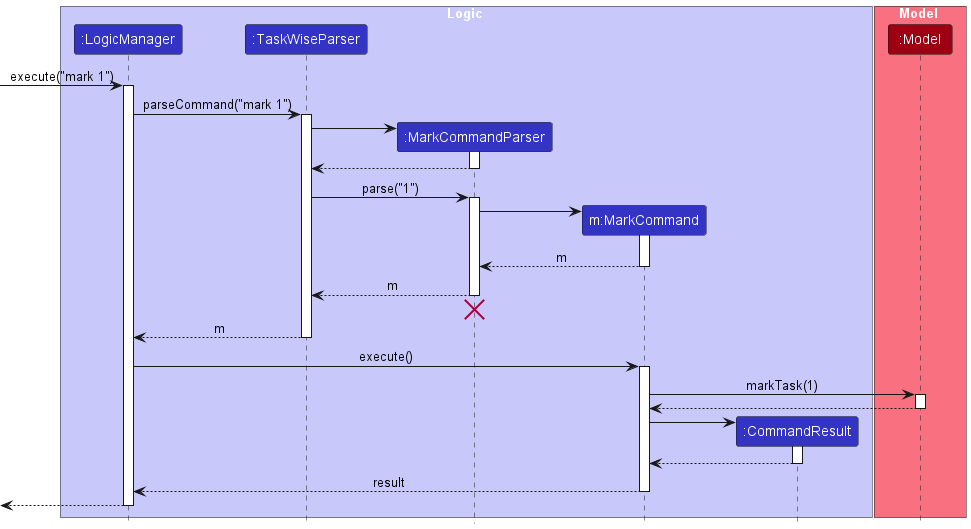
Earlier version of the PlantUML export docs/images/MarkSequenceDiagram.png (seantehds/tp). The source it was exported from:
```plantuml
@startuml
!include style.puml
skinparam ArrowFontStyle plain

box Logic LOGIC_COLOR_T1
participant ":LogicManager" as LogicManager LOGIC_COLOR
participant ":TaskWiseParser" as TaskWiseParser LOGIC_COLOR
participant ":MarkCommandParser" as MarkCommandParser LOGIC_COLOR
participant "m:MarkCommand" as MarkCommand LOGIC_COLOR
participant ":CommandResult" as CommandResult LOGIC_COLOR
end box

box Model MODEL_COLOR_T1
participant ":Model" as Model MODEL_COLOR
end box

[-> LogicManager : execute("mark 1")
activate LogicManager

LogicManager -> TaskWiseParser : parseCommand("mark 1")
activate TaskWiseParser

create MarkCommandParser
TaskWiseParser -> MarkCommandParser
activate MarkCommandParser

MarkCommandParser --> TaskWiseParser
deactivate MarkCommandParser

TaskWiseParser -> MarkCommandParser : parse("1")
activate MarkCommandParser

create MarkCommand
MarkCommandParser -> MarkCommand
activate MarkCommand

MarkCommand --> MarkCommandParser : m
deactivate MarkCommand

MarkCommandParser --> TaskWiseParser : m
deactivate MarkCommandParser
MarkCommandParser -[hidden]-> TaskWiseParser
destroy MarkCommandParser

TaskWiseParser --> LogicManager : m
deactivate TaskWiseParser

LogicManager -> MarkCommand : execute()
activate MarkCommand

MarkCommand -> Model : markTask(1)
activate Model

Model --> MarkCommand
deactivate Model

create CommandResult
MarkCommand -> CommandResult
activate CommandResult

CommandResult --> MarkCommand
deactivate CommandResult

MarkCommand --> LogicManager : result
deactivate MarkCommand

[<--LogicManager
deactivate LogicManager
@enduml
```
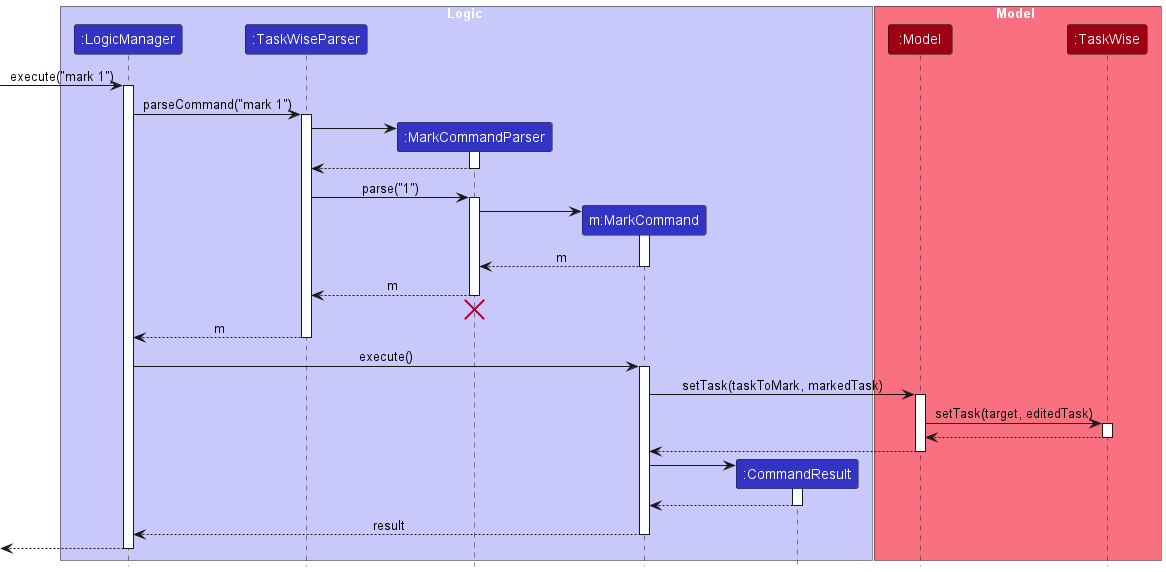
Later version of the same file.

The edit, as a diff of the source:
```diff
@@ -12,6 +12,7 @@
 
 box Model MODEL_COLOR_T1
 participant ":Model" as Model MODEL_COLOR
+participant ":TaskWise" as TaskWise MODEL_COLOR
 end box
 
 [-> LogicManager : execute("mark 1")
@@ -48,8 +49,14 @@
 LogicManager -> MarkCommand : execute()
 activate MarkCommand
 
-MarkCommand -> Model : markTask(1)
+MarkCommand -> Model : setTask(taskToMark, markedTask)
 activate Model
+
+Model -> TaskWise : setTask(target, editedTask)
+activate TaskWise
+
+TaskWise --> Model
+deactivate TaskWise
 
 Model --> MarkCommand
 deactivate Model
```
